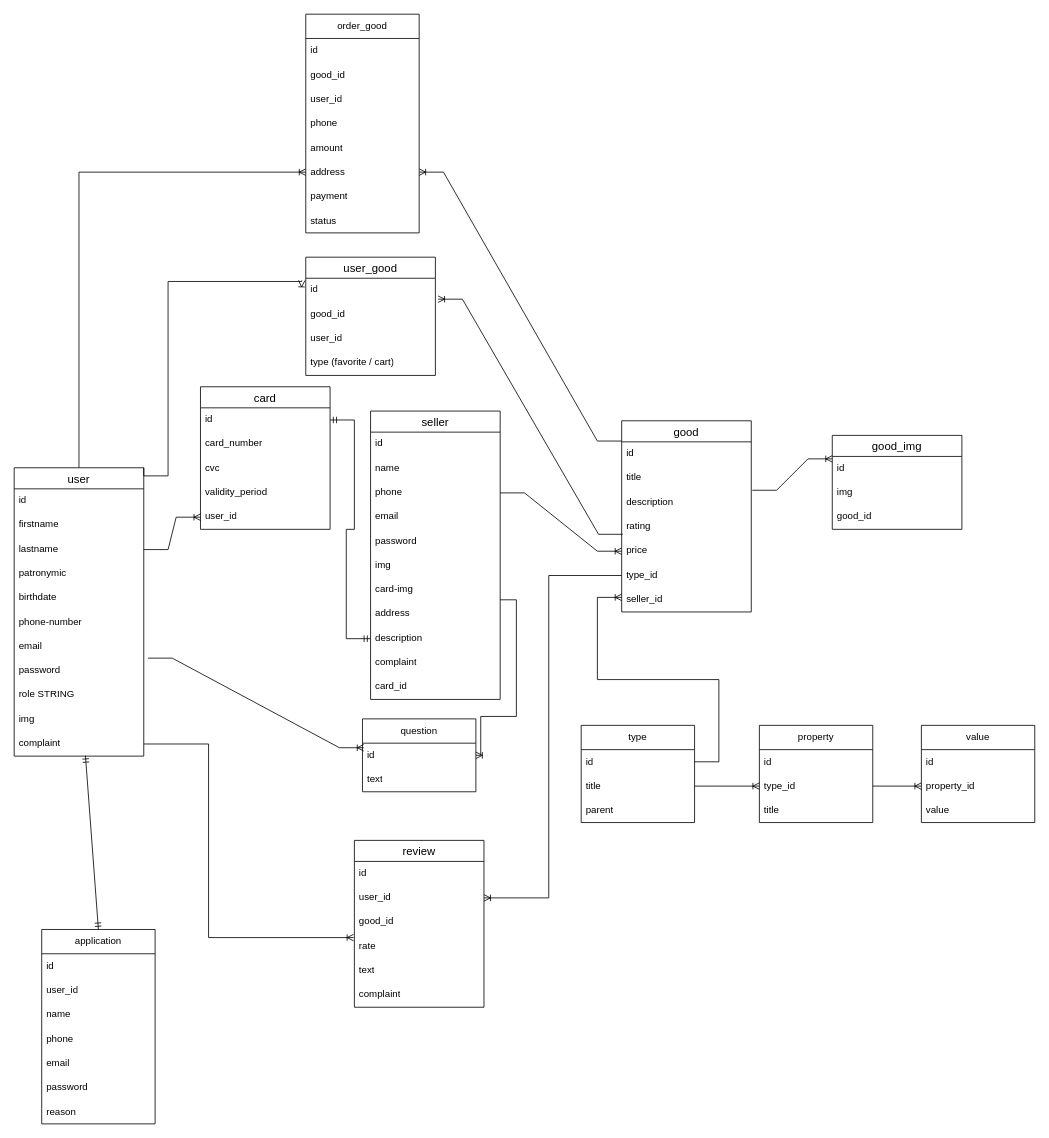
The draw.io diagram database-diagram.drawio in vese1chak/meggaprice-server, before the edit. Source tidied: cells renumbered, new cells numbered last; positions are measured from the earlier drawing's top-left corner, leaving out a move shared by most shapes. Both pictures are drawn from the tidied source at 81%, with x=0, y=0 at pixel (14, 14).
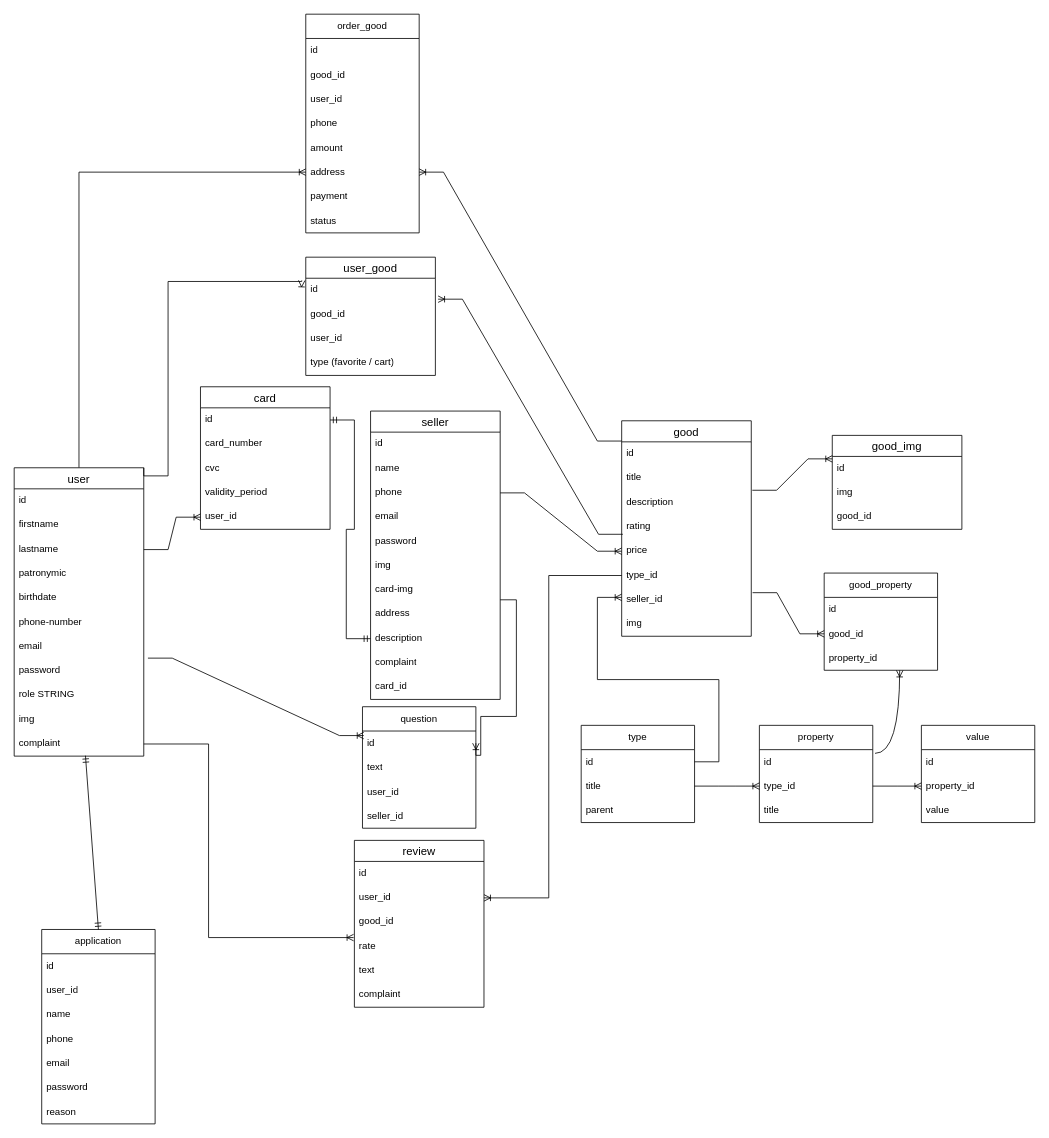
After the change.

The change refers to these unchanged cells:
```xml
<mxCell id="22" value="seller_id" style="text;strokeColor=none;fillColor=none;spacingLeft=4;spacingRight=4;overflow=hidden;points=[[0,0.5],[1,0.5]];portConstraint=eastwest;fontSize=12;whiteSpace=wrap;html=1;" parent="15" vertex="1">
  <mxGeometry y="206" width="160" height="30" as="geometry" />
</mxCell>
<mxCell id="39" value="id" style="text;strokeColor=none;fillColor=none;align=left;verticalAlign=middle;spacingLeft=4;spacingRight=4;overflow=hidden;points=[[0,0.5],[1,0.5]];portConstraint=eastwest;whiteSpace=wrap;html=1;" parent="38" vertex="1">
  <mxGeometry y="30" width="140" height="30" as="geometry" />
</mxCell>
```

What changed in the source:
```diff
@@
     <mxCell id="15" value="good" style="swimlane;fontStyle=0;horizontal=1;startSize=26;align=center;fontSize=14;" parent="1" vertex="1">
-      <mxGeometry x="750" y="502" width="160" height="236" as="geometry" />
+      <mxGeometry x="750" y="502" width="160" height="266" as="geometry" />
     </mxCell>
@@
+    <mxCell id="104" value="img" style="text;strokeColor=none;fillColor=none;spacingLeft=4;spacingRight=4;overflow=hidden;fontSize=12;whiteSpace=wrap;html=1;" parent="15" vertex="1">
+      <mxGeometry y="236" width="160" height="30" as="geometry" />
+    </mxCell>
@@
     <mxCell id="30" value="question" style="swimlane;fontStyle=0;horizontal=1;startSize=30;whiteSpace=wrap;html=1;" parent="1" vertex="1">
-      <mxGeometry x="430" y="870" width="140" height="90" as="geometry" />
+      <mxGeometry x="430" y="855" width="140" height="150" as="geometry" />
     </mxCell>
@@
+    <mxCell id="105" value="user_id" style="text;strokeColor=none;fillColor=none;align=left;verticalAlign=middle;spacingLeft=4;spacingRight=4;overflow=hidden;whiteSpace=wrap;html=1;" parent="30" vertex="1">
+      <mxGeometry y="90" width="140" height="30" as="geometry" />
+    </mxCell>
+    <mxCell id="106" value="seller_id" style="text;strokeColor=none;fillColor=none;align=left;verticalAlign=middle;spacingLeft=4;spacingRight=4;overflow=hidden;whiteSpace=wrap;html=1;" parent="30" vertex="1">
+      <mxGeometry y="120" width="140" height="30" as="geometry" />
+    </mxCell>
@@
+    <mxCell id="107" value="good_property" style="swimlane;fontStyle=0;horizontal=1;startSize=30;whiteSpace=wrap;html=1;" parent="1" vertex="1">
+      <mxGeometry x="1000" y="690" width="140" height="120" as="geometry" />
+    </mxCell>
+    <mxCell id="108" value="id" style="text;strokeColor=none;fillColor=none;align=left;verticalAlign=middle;spacingLeft=4;spacingRight=4;overflow=hidden;whiteSpace=wrap;html=1;" parent="107" vertex="1">
+      <mxGeometry y="30" width="140" height="30" as="geometry" />
+    </mxCell>
+    <mxCell id="109" value="good_id" style="text;strokeColor=none;fillColor=none;align=left;verticalAlign=middle;spacingLeft=4;spacingRight=4;overflow=hidden;points=[[0,0.5],[1,0.5]];portConstraint=eastwest;whiteSpace=wrap;html=1;" parent="107" vertex="1">
+      <mxGeometry y="60" width="140" height="30" as="geometry" />
+    </mxCell>
+    <mxCell id="110" value="property_id" style="text;strokeColor=none;fillColor=none;align=left;verticalAlign=middle;spacingLeft=4;spacingRight=4;overflow=hidden;points=[[0,0.5],[1,0.5]];portConstraint=eastwest;whiteSpace=wrap;html=1;" parent="107" vertex="1">
+      <mxGeometry y="90" width="140" height="30" as="geometry" />
+    </mxCell>
+    <mxCell id="111" style="edgeStyle=entityRelationEdgeStyle;fontSize=12;html=1;endArrow=ERoneToMany;rounded=0;exitX=1.01;exitY=0.207;exitDx=0;exitDy=0;exitPerimeter=0;entryX=0;entryY=0.5;entryDx=0;entryDy=0;" parent="1" edge="1" source="22" target="109">
+      <mxGeometry relative="1" as="geometry" />
+    </mxCell>
+    <mxCell id="112" style="edgeStyle=orthogonalEdgeStyle;fontSize=12;html=1;endArrow=ERoneToMany;rounded=0;exitX=1.02;exitY=0.153;exitDx=0;exitDy=0;exitPerimeter=0;curved=1;entryX=0.666;entryY=1.007;entryDx=0;entryDy=0;entryPerimeter=0;" parent="1" edge="1" source="39" target="110">
+      <mxGeometry relative="1" as="geometry" />
+    </mxCell>
```
